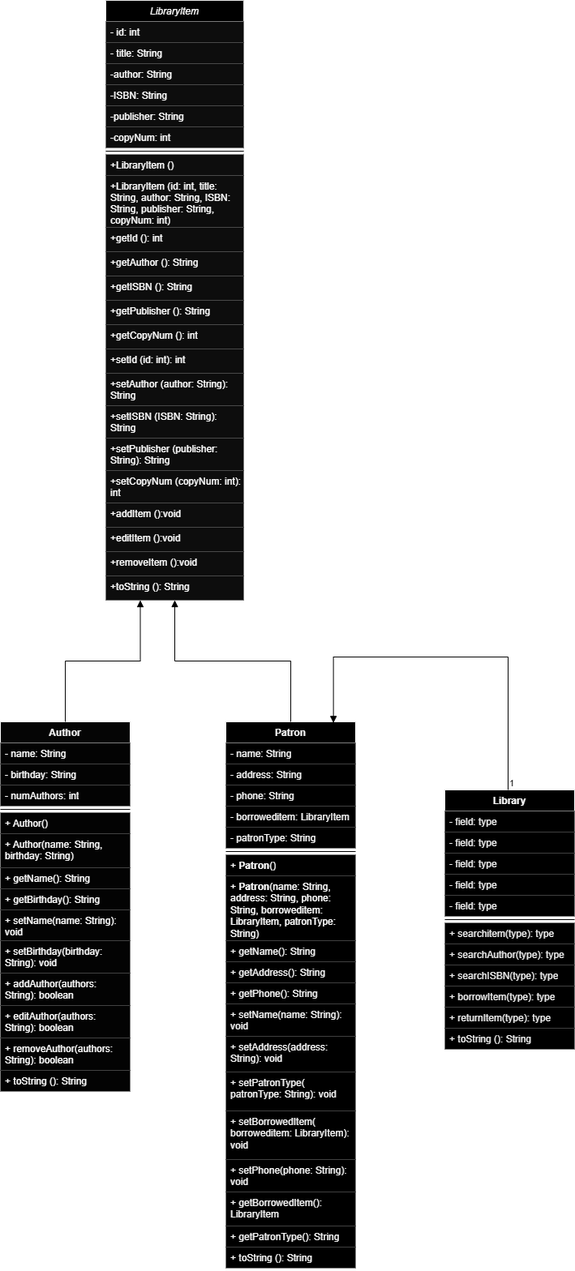
This is Java midterm class diagram.png from JoshuaYouden/Java-Midterm-JY, a draw.io export, as it was before one commit. Source tidied: cells renumbered, new cells last; positions are measured from the earlier drawing's top-left corner, leaving out a move shared by most shapes.
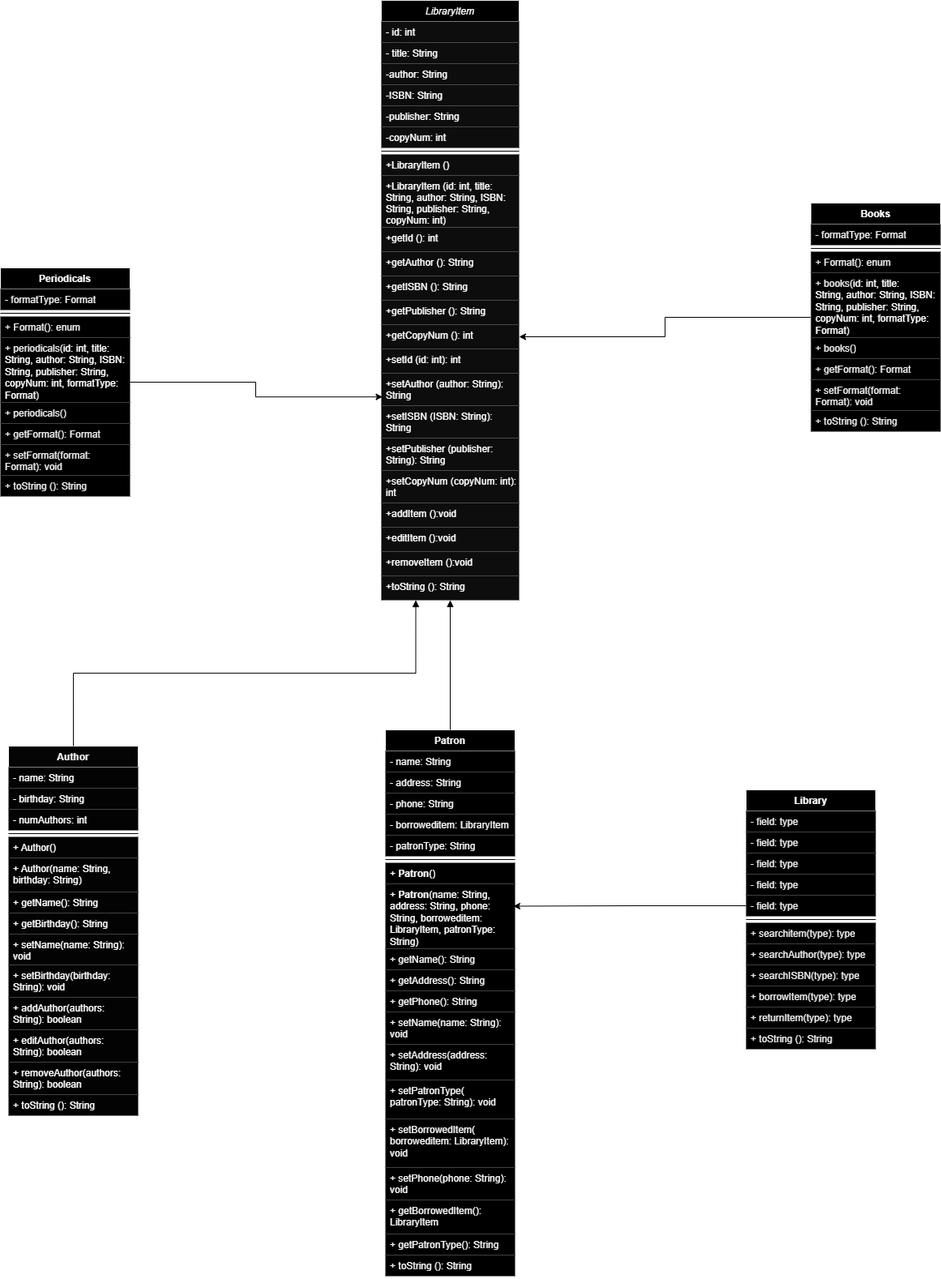
The same diagram one commit later.

The edit, as a diff of the source:
```diff
@@ -75,7 +75,7 @@
       <mxGeometry y="710" width="170" height="30" as="geometry" />
     </mxCell>
     <mxCell id="26" value="Library" style="swimlane;fontStyle=1;align=center;verticalAlign=top;horizontal=1;startSize=26;whiteSpace=wrap;html=1;fontColor=#FCFCFC;fillColor=#000000;strokeColor=#FCFCFC;" parent="1" vertex="1">
-      <mxGeometry x="548" y="974" width="160" height="320" as="geometry" />
+      <mxGeometry x="580" y="974" width="160" height="320" as="geometry" />
     </mxCell>
     <mxCell id="27" value="-&amp;nbsp;field: type" style="text;strokeColor=none;fillColor=#000000;align=left;verticalAlign=top;spacingLeft=4;spacingRight=4;overflow=hidden;whiteSpace=wrap;html=1;fontColor=#EBEBEB;" parent="26" vertex="1">
       <mxGeometry y="26" width="160" height="26" as="geometry" />
@@ -114,7 +114,7 @@
       <mxGeometry y="294" width="160" height="26" as="geometry" />
     </mxCell>
     <mxCell id="39" value="Author" style="swimlane;fontStyle=1;align=center;verticalAlign=top;horizontal=1;startSize=26;whiteSpace=wrap;html=1;fillColor=#050505;fontColor=#F2F2F2;strokeColor=#FFFFFF;" parent="1" vertex="1">
-      <mxGeometry y="890" width="160" height="456" as="geometry" />
+      <mxGeometry x="-330" y="920" width="160" height="456" as="geometry" />
     </mxCell>
     <mxCell id="40" value="- name: String" style="text;align=left;verticalAlign=top;spacingLeft=4;spacingRight=4;overflow=hidden;whiteSpace=wrap;html=1;fillColor=#030303;fontColor=#FFFFFF;" parent="39" vertex="1">
       <mxGeometry y="26" width="160" height="26" as="geometry" />
@@ -162,7 +162,7 @@
       <mxGeometry x="-1" relative="1" as="geometry" />
     </mxCell>
     <mxCell id="55" value="Patron" style="swimlane;fontStyle=1;align=center;verticalAlign=top;horizontal=1;startSize=26;whiteSpace=wrap;html=1;fillColor=#000000;fontColor=#F5F5F5;strokeColor=#FFFFFF;" parent="1" vertex="1">
-      <mxGeometry x="278" y="890" width="160" height="674" as="geometry" />
+      <mxGeometry x="135" y="900" width="160" height="674" as="geometry" />
     </mxCell>
     <mxCell id="56" value="- name: String" style="text;strokeColor=none;fillColor=#000000;align=left;verticalAlign=top;spacingLeft=4;spacingRight=4;overflow=hidden;whiteSpace=wrap;html=1;fontColor=#F5F5F5;" parent="55" vertex="1">
       <mxGeometry y="26" width="160" height="26" as="geometry" />
@@ -224,17 +224,68 @@
     <mxCell id="75" style="endArrow=block;endFill=1;html=1;edgeStyle=orthogonalEdgeStyle;align=left;verticalAlign=top;rounded=0;entryX=0.5;entryY=1;entryDx=0;entryDy=0;exitX=0.5;exitY=0;exitDx=0;exitDy=0;" parent="1" edge="1" source="55" target="2">
       <mxGeometry x="-1" relative="1" as="geometry" />
     </mxCell>
-    <mxCell id="76" style="endArrow=block;endFill=1;html=1;edgeStyle=orthogonalEdgeStyle;align=left;verticalAlign=top;rounded=0;exitX=0.5;exitY=0;exitDx=0;exitDy=0;entryX=0.829;entryY=0.002;entryDx=0;entryDy=0;entryPerimeter=0;" parent="1" edge="1" target="55">
-      <mxGeometry x="-1" relative="1" as="geometry">
-        <mxPoint x="626" y="974" as="sourcePoint" />
-        <Array as="points">
-          <mxPoint x="626" y="810" />
-          <mxPoint x="411" y="810" />
-        </Array>
-      </mxGeometry>
-    </mxCell>
-    <mxCell id="77" value="1" style="edgeLabel;html=1;align=left;verticalAlign=bottom;" parent="76" vertex="1">
-      <mxGeometry x="-1" relative="1" as="geometry" />
-    </mxCell>
+    <mxCell id="78" value="Periodicals" style="swimlane;fontStyle=1;align=center;verticalAlign=top;horizontal=1;startSize=26;whiteSpace=wrap;html=1;fontColor=#FCFCFC;fillColor=#000000;strokeColor=#FCFCFC;" parent="1" vertex="1">
+      <mxGeometry x="-340" y="330" width="160" height="282" as="geometry" />
+    </mxCell>
+    <mxCell id="79" value="-&amp;nbsp;formatType: Format" style="text;strokeColor=none;fillColor=#000000;align=left;verticalAlign=top;spacingLeft=4;spacingRight=4;overflow=hidden;whiteSpace=wrap;html=1;fontColor=#EBEBEB;" parent="78" vertex="1">
+      <mxGeometry y="26" width="160" height="26" as="geometry" />
+    </mxCell>
+    <mxCell id="80" style="line;strokeWidth=1;fillColor=none;align=left;verticalAlign=middle;spacingTop=-1;spacingLeft=3;spacingRight=3;labelPosition=right;strokeColor=default;" parent="78" vertex="1">
+      <mxGeometry y="52" width="160" height="8" as="geometry" />
+    </mxCell>
+    <mxCell id="81" value="&lt;span style=&quot;text-wrap: nowrap;&quot;&gt;+ Format(): enum&lt;/span&gt;" style="text;strokeColor=none;fillColor=#000000;align=left;verticalAlign=top;spacingLeft=4;spacingRight=4;overflow=hidden;whiteSpace=wrap;html=1;fontColor=#EBEBEB;" parent="78" vertex="1">
+      <mxGeometry y="60" width="160" height="26" as="geometry" />
+    </mxCell>
+    <mxCell id="82" value="+ periodicals(&lt;span style=&quot;color: rgb(255, 255, 255); text-wrap: nowrap;&quot;&gt;id: int, title:&lt;/span&gt;&lt;br style=&quot;padding: 0px; margin: 0px; color: rgb(255, 255, 255); text-wrap: nowrap;&quot;&gt;&lt;span style=&quot;color: rgb(255, 255, 255); text-wrap: nowrap;&quot;&gt;String, author: String, ISBN:&lt;/span&gt;&lt;br style=&quot;padding: 0px; margin: 0px; color: rgb(255, 255, 255); text-wrap: nowrap;&quot;&gt;&lt;span style=&quot;color: rgb(255, 255, 255); text-wrap: nowrap;&quot;&gt;String, publisher: String,&lt;/span&gt;&lt;br style=&quot;padding: 0px; margin: 0px; color: rgb(255, 255, 255); text-wrap: nowrap;&quot;&gt;&lt;span style=&quot;color: rgb(255, 255, 255); text-wrap: nowrap;&quot;&gt;copyNum: int, formatType:&lt;/span&gt;&lt;div&gt;&lt;font color=&quot;#ffffff&quot;&gt;&lt;span style=&quot;text-wrap: nowrap;&quot;&gt;Format&lt;/span&gt;&lt;/font&gt;)&lt;/div&gt;" style="text;strokeColor=none;fillColor=#000000;align=left;verticalAlign=top;spacingLeft=4;spacingRight=4;overflow=hidden;whiteSpace=wrap;html=1;fontColor=#EBEBEB;" parent="78" vertex="1">
+      <mxGeometry y="86" width="160" height="80" as="geometry" />
+    </mxCell>
+    <mxCell id="83" value="+ periodicals()" style="text;strokeColor=none;fillColor=#000000;align=left;verticalAlign=top;spacingLeft=4;spacingRight=4;overflow=hidden;whiteSpace=wrap;html=1;fontColor=#EBEBEB;" parent="78" vertex="1">
+      <mxGeometry y="166" width="160" height="26" as="geometry" />
+    </mxCell>
+    <mxCell id="84" value="+ getFormat(): Format" style="text;strokeColor=none;fillColor=#000000;align=left;verticalAlign=top;spacingLeft=4;spacingRight=4;overflow=hidden;whiteSpace=wrap;html=1;fontColor=#EBEBEB;" parent="78" vertex="1">
+      <mxGeometry y="192" width="160" height="26" as="geometry" />
+    </mxCell>
+    <mxCell id="85" value="+ setFormat(format: Format): void" style="text;strokeColor=none;fillColor=#000000;align=left;verticalAlign=top;spacingLeft=4;spacingRight=4;overflow=hidden;whiteSpace=wrap;html=1;fontColor=#EBEBEB;" parent="78" vertex="1">
+      <mxGeometry y="218" width="160" height="38" as="geometry" />
+    </mxCell>
+    <mxCell id="86" value="&lt;span style=&quot;text-wrap: nowrap;&quot;&gt;+ toString (): String&lt;/span&gt;" style="text;strokeColor=none;fillColor=#000000;align=left;verticalAlign=top;spacingLeft=4;spacingRight=4;overflow=hidden;whiteSpace=wrap;html=1;fontColor=#EBEBEB;" parent="78" vertex="1">
+      <mxGeometry y="256" width="160" height="26" as="geometry" />
+    </mxCell>
+    <mxCell id="87" style="edgeStyle=orthogonalEdgeStyle;rounded=0;jettySize=auto;html=1;exitX=0;exitY=0.5;exitDx=0;exitDy=0;entryX=1;entryY=0.5;entryDx=0;entryDy=0;" parent="1" edge="1" source="88" target="16">
+      <mxGeometry relative="1" as="geometry" />
+    </mxCell>
+    <mxCell id="88" value="Books" style="swimlane;fontStyle=1;align=center;verticalAlign=top;horizontal=1;startSize=26;whiteSpace=wrap;html=1;fontColor=#FCFCFC;fillColor=#000000;strokeColor=#FCFCFC;" parent="1" vertex="1">
+      <mxGeometry x="660" y="250" width="160" height="282" as="geometry" />
+    </mxCell>
+    <mxCell id="89" value="-&amp;nbsp;formatType: Format" style="text;strokeColor=none;fillColor=#000000;align=left;verticalAlign=top;spacingLeft=4;spacingRight=4;overflow=hidden;whiteSpace=wrap;html=1;fontColor=#EBEBEB;" parent="88" vertex="1">
+      <mxGeometry y="26" width="160" height="26" as="geometry" />
+    </mxCell>
+    <mxCell id="90" style="line;strokeWidth=1;fillColor=none;align=left;verticalAlign=middle;spacingTop=-1;spacingLeft=3;spacingRight=3;labelPosition=right;strokeColor=default;" parent="88" vertex="1">
+      <mxGeometry y="52" width="160" height="8" as="geometry" />
+    </mxCell>
+    <mxCell id="91" value="&lt;span style=&quot;text-wrap: nowrap;&quot;&gt;+ Format(): enum&lt;/span&gt;" style="text;strokeColor=none;fillColor=#000000;align=left;verticalAlign=top;spacingLeft=4;spacingRight=4;overflow=hidden;whiteSpace=wrap;html=1;fontColor=#EBEBEB;" parent="88" vertex="1">
+      <mxGeometry y="60" width="160" height="26" as="geometry" />
+    </mxCell>
+    <mxCell id="92" value="+ books(&lt;span style=&quot;text-wrap: nowrap; color: rgb(255, 255, 255);&quot;&gt;id: int, title:&lt;/span&gt;&lt;br style=&quot;text-wrap: nowrap; padding: 0px; margin: 0px; color: rgb(255, 255, 255);&quot;&gt;&lt;span style=&quot;text-wrap: nowrap; color: rgb(255, 255, 255);&quot;&gt;String, author: String, ISBN:&lt;/span&gt;&lt;br style=&quot;text-wrap: nowrap; padding: 0px; margin: 0px; color: rgb(255, 255, 255);&quot;&gt;&lt;span style=&quot;text-wrap: nowrap; color: rgb(255, 255, 255);&quot;&gt;String, publisher: String,&lt;/span&gt;&lt;br style=&quot;text-wrap: nowrap; padding: 0px; margin: 0px; color: rgb(255, 255, 255);&quot;&gt;&lt;span style=&quot;text-wrap: nowrap; color: rgb(255, 255, 255);&quot;&gt;copyNum: int, formatType:&lt;/span&gt;&lt;div&gt;&lt;font color=&quot;#ffffff&quot;&gt;&lt;span style=&quot;text-wrap: nowrap;&quot;&gt;Format&lt;/span&gt;&lt;/font&gt;)&lt;/div&gt;" style="text;strokeColor=none;fillColor=#000000;align=left;verticalAlign=top;spacingLeft=4;spacingRight=4;overflow=hidden;whiteSpace=wrap;html=1;fontColor=#EBEBEB;" parent="88" vertex="1">
+      <mxGeometry y="86" width="160" height="80" as="geometry" />
+    </mxCell>
+    <mxCell id="93" value="+ books()" style="text;strokeColor=none;fillColor=#000000;align=left;verticalAlign=top;spacingLeft=4;spacingRight=4;overflow=hidden;whiteSpace=wrap;html=1;fontColor=#EBEBEB;" parent="88" vertex="1">
+      <mxGeometry y="166" width="160" height="26" as="geometry" />
+    </mxCell>
+    <mxCell id="94" value="+ getFormat(): Format" style="text;strokeColor=none;fillColor=#000000;align=left;verticalAlign=top;spacingLeft=4;spacingRight=4;overflow=hidden;whiteSpace=wrap;html=1;fontColor=#EBEBEB;" parent="88" vertex="1">
+      <mxGeometry y="192" width="160" height="26" as="geometry" />
+    </mxCell>
+    <mxCell id="95" value="+ setFormat(format: Format): void" style="text;strokeColor=none;fillColor=#000000;align=left;verticalAlign=top;spacingLeft=4;spacingRight=4;overflow=hidden;whiteSpace=wrap;html=1;fontColor=#EBEBEB;" parent="88" vertex="1">
+      <mxGeometry y="218" width="160" height="38" as="geometry" />
+    </mxCell>
+    <mxCell id="96" value="&lt;span style=&quot;text-wrap: nowrap;&quot;&gt;+ toString (): String&lt;/span&gt;" style="text;strokeColor=none;fillColor=#000000;align=left;verticalAlign=top;spacingLeft=4;spacingRight=4;overflow=hidden;whiteSpace=wrap;html=1;fontColor=#EBEBEB;" parent="88" vertex="1">
+      <mxGeometry y="256" width="160" height="26" as="geometry" />
+    </mxCell>
+    <mxCell id="97" style="edgeStyle=orthogonalEdgeStyle;rounded=0;jettySize=auto;html=1;exitX=1;exitY=0.5;exitDx=0;exitDy=0;entryX=0.009;entryY=0.73;entryDx=0;entryDy=0;entryPerimeter=0;" parent="1" edge="1" source="78" target="18">
+      <mxGeometry relative="1" as="geometry" />
+    </mxCell>
+    <mxCell id="98" style="edgeStyle=orthogonalEdgeStyle;rounded=0;jettySize=auto;html=1;exitX=0;exitY=0.5;exitDx=0;exitDy=0;entryX=0.987;entryY=0.344;entryDx=0;entryDy=0;entryPerimeter=0;" parent="1" edge="1" source="31" target="63">
+      <mxGeometry relative="1" as="geometry" />
+    </mxCell>
   </root>
 </mxGraphModel>
```
